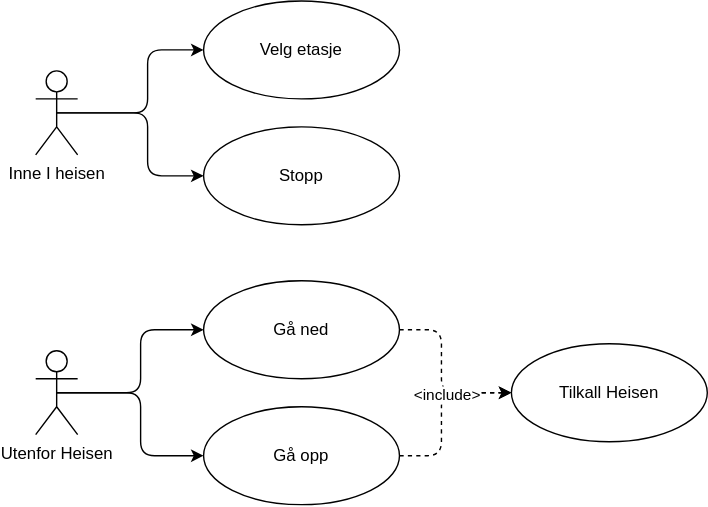
Earlier version of the draw.io export Rapport/media/use_case.svg (Wiacer/Heislab). Source tidied: cells renumbered, new cells last; positions are measured from the earlier drawing's top-left corner, leaving out a move shared by most shapes. Its diagram source:
```xml
<mxGraphModel>
  <root>
    <mxCell id="0" />
    <mxCell id="1" parent="0" />
    <mxCell id="2" style="edgeStyle=orthogonalEdgeStyle;rounded=1;jettySize=auto;html=1;exitX=0.5;exitY=0.5;exitDx=0;exitDy=0;exitPerimeter=0;entryX=0;entryY=0.5;entryDx=0;entryDy=0;curved=0;" parent="1" edge="1" source="4" target="9">
      <mxGeometry relative="1" as="geometry" />
    </mxCell>
    <mxCell id="3" style="edgeStyle=orthogonalEdgeStyle;rounded=1;jettySize=auto;html=1;exitX=0.5;exitY=0.5;exitDx=0;exitDy=0;exitPerimeter=0;entryX=0;entryY=0.5;entryDx=0;entryDy=0;curved=0;" parent="1" edge="1" source="4" target="6">
      <mxGeometry relative="1" as="geometry" />
    </mxCell>
    <mxCell id="4" value="Utenfor Heisen" style="shape=umlActor;verticalLabelPosition=bottom;verticalAlign=top;html=1;" parent="1" vertex="1">
      <mxGeometry y="250" width="30" height="60" as="geometry" />
    </mxCell>
    <mxCell id="5" style="edgeStyle=orthogonalEdgeStyle;rounded=1;jettySize=auto;html=1;dashed=1;curved=0;" parent="1" edge="1" source="6" target="10">
      <mxGeometry relative="1" as="geometry">
        <Array as="points">
          <mxPoint x="290" y="235" />
          <mxPoint x="290" y="280" />
        </Array>
      </mxGeometry>
    </mxCell>
    <mxCell id="6" value="Gå ned" style="ellipse;whiteSpace=wrap;html=1;" parent="1" vertex="1">
      <mxGeometry x="120" y="200" width="140" height="70" as="geometry" />
    </mxCell>
    <mxCell id="7" style="edgeStyle=orthogonalEdgeStyle;rounded=1;jettySize=auto;html=1;entryX=0;entryY=0.5;entryDx=0;entryDy=0;dashed=1;curved=0;" parent="1" edge="1" source="9" target="10">
      <mxGeometry relative="1" as="geometry">
        <Array as="points">
          <mxPoint x="290" y="325" />
          <mxPoint x="290" y="280" />
        </Array>
      </mxGeometry>
    </mxCell>
    <mxCell id="8" value="&amp;lt;include&amp;gt;" style="edgeLabel;html=1;align=center;verticalAlign=middle;" parent="7" vertex="1">
      <mxGeometry x="0.49" relative="1" as="geometry">
        <mxPoint x="-16" as="offset" />
      </mxGeometry>
    </mxCell>
    <mxCell id="9" value="Gå opp" style="ellipse;whiteSpace=wrap;html=1;" parent="1" vertex="1">
      <mxGeometry x="120" y="290" width="140" height="70" as="geometry" />
    </mxCell>
    <mxCell id="10" value="Tilkall Heisen" style="ellipse;whiteSpace=wrap;html=1;" parent="1" vertex="1">
      <mxGeometry x="340" y="245" width="140" height="70" as="geometry" />
    </mxCell>
    <mxCell id="11" style="edgeStyle=elbowEdgeStyle;html=1;exitX=0.5;exitY=0.5;exitDx=0;exitDy=0;exitPerimeter=0;entryX=0;entryY=0.5;entryDx=0;entryDy=0;" parent="1" edge="1" source="13" target="15">
      <mxGeometry relative="1" as="geometry">
        <Array as="points">
          <mxPoint x="80" y="100" />
        </Array>
      </mxGeometry>
    </mxCell>
    <mxCell id="12" style="edgeStyle=elbowEdgeStyle;html=1;exitX=0.5;exitY=0.5;exitDx=0;exitDy=0;exitPerimeter=0;entryX=0;entryY=0.5;entryDx=0;entryDy=0;" parent="1" edge="1" source="13" target="14">
      <mxGeometry relative="1" as="geometry">
        <Array as="points">
          <mxPoint x="80" y="60" />
        </Array>
      </mxGeometry>
    </mxCell>
    <mxCell id="13" value="Inne I heisen" style="shape=umlActor;verticalLabelPosition=bottom;verticalAlign=top;html=1;" parent="1" vertex="1">
      <mxGeometry y="50" width="30" height="60" as="geometry" />
    </mxCell>
    <mxCell id="14" value="Velg etasje" style="ellipse;whiteSpace=wrap;html=1;" parent="1" vertex="1">
      <mxGeometry x="120" width="140" height="70" as="geometry" />
    </mxCell>
    <mxCell id="15" value="Stopp" style="ellipse;whiteSpace=wrap;html=1;" parent="1" vertex="1">
      <mxGeometry x="120" y="90" width="140" height="70" as="geometry" />
    </mxCell>
  </root>
</mxGraphModel>
```
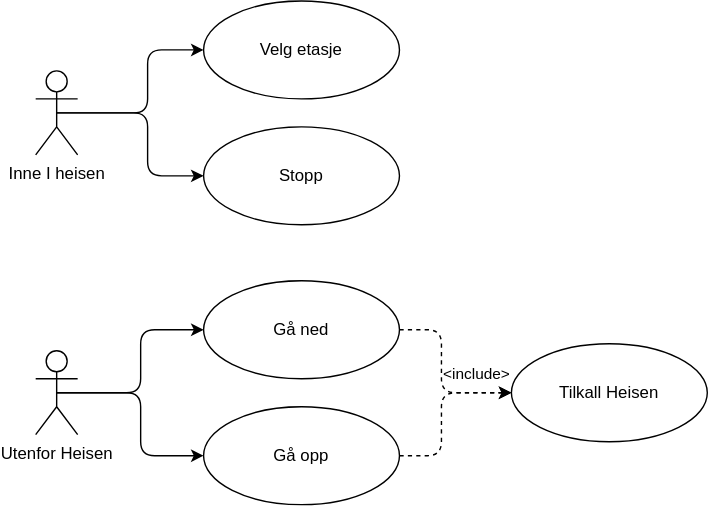
After the commit.

The edit, as a diff of the source:
```diff
@@ -30,9 +30,9 @@
         </Array>
       </mxGeometry>
     </mxCell>
-    <mxCell id="8" value="&amp;lt;include&amp;gt;" style="edgeLabel;html=1;align=center;verticalAlign=middle;" parent="7" vertex="1">
+    <mxCell id="8" value="&amp;lt;include&amp;gt;" style="edgeLabel;html=1;align=center;verticalAlign=middle;labelBackgroundColor=default;" parent="7" vertex="1">
       <mxGeometry x="0.49" relative="1" as="geometry">
-        <mxPoint x="-16" as="offset" />
+        <mxPoint x="7" y="-13" as="offset" />
       </mxGeometry>
     </mxCell>
     <mxCell id="9" value="Gå opp" style="ellipse;whiteSpace=wrap;html=1;" parent="1" vertex="1">
```
